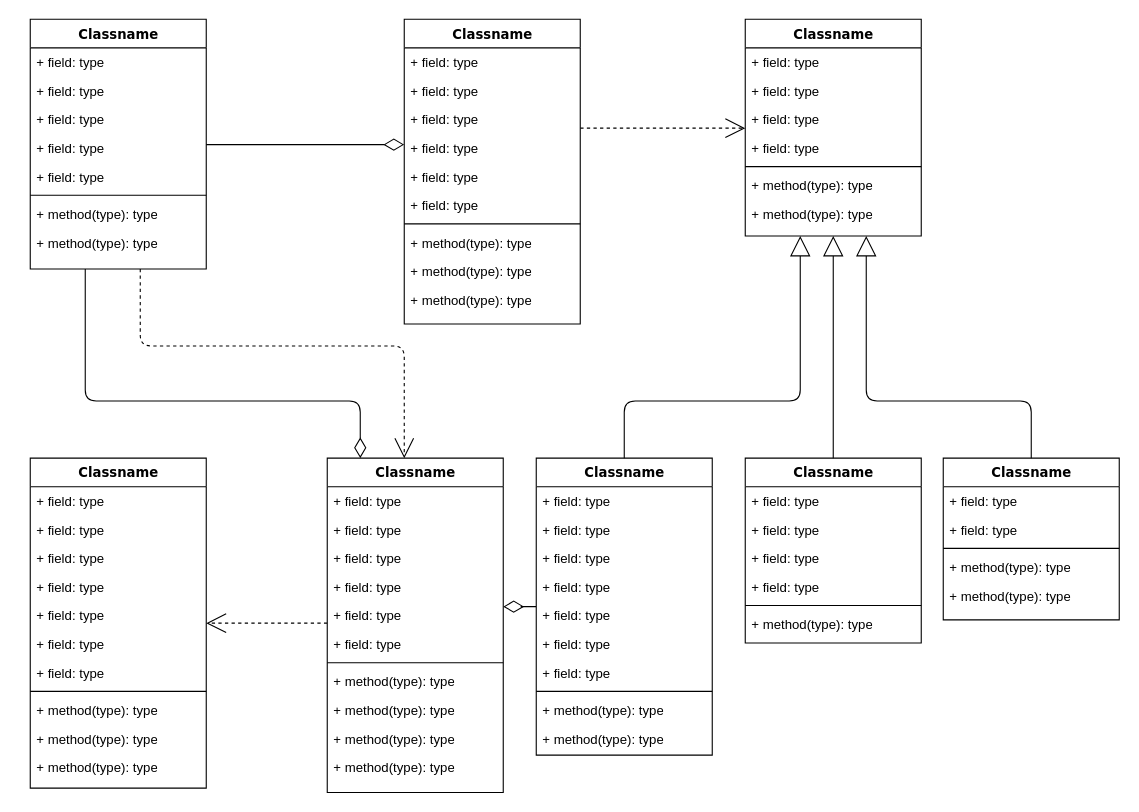
Earlier version of the draw.io diagram 职业/等级系统.drawio (ssw940521/archerBackend). Source tidied: cells renumbered, new cells numbered last; positions are measured from the earlier drawing's top-left corner, leaving out a move shared by most shapes. Both pictures are drawn from the tidied source at 110%, with x=0, y=0 at pixel (30, 19).
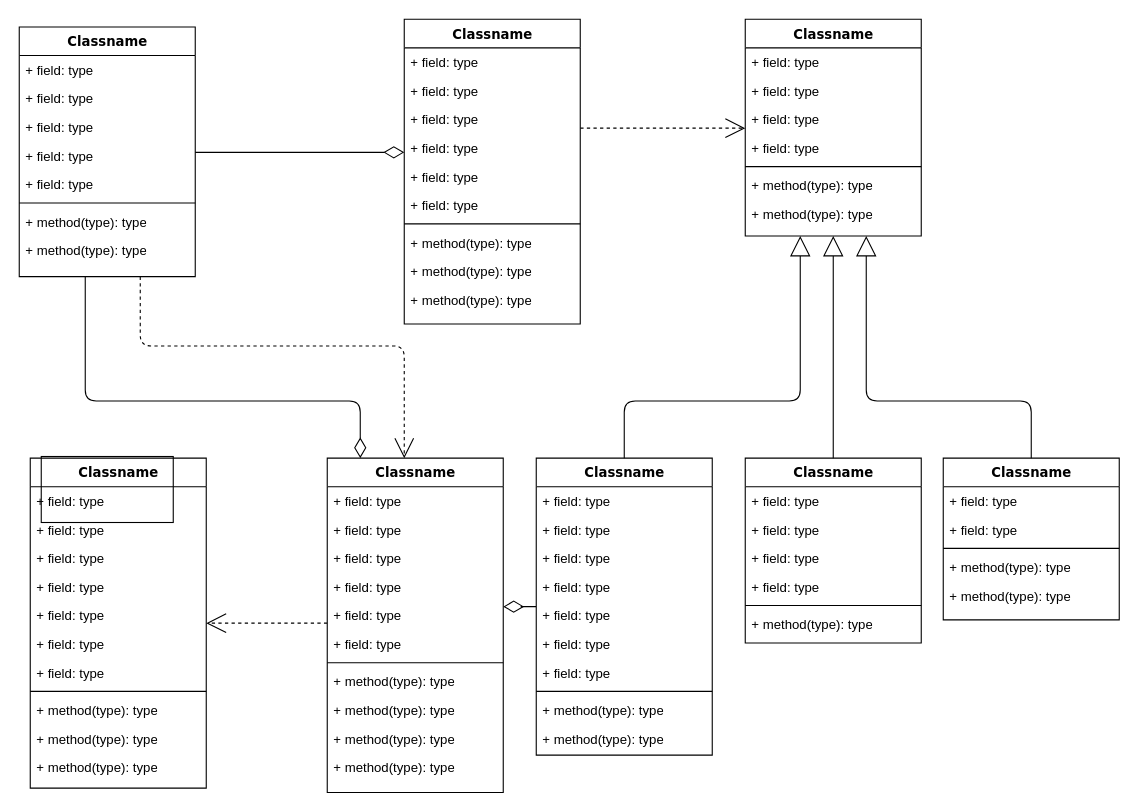
After the change.

Commit message:
更新等级系统.drawio

What changed in the source:
```diff
@@
     <mxCell id="4" value="Classname" style="swimlane;html=1;fontStyle=1;align=center;verticalAlign=top;horizontal=1;startSize=26;swimlaneFillColor=#ffffff;rounded=0;shadow=0;comic=0;labelBackgroundColor=none;strokeWidth=1;fillColor=none;fontFamily=Verdana;fontSize=12;" parent="1" vertex="1">
-      <mxGeometry width="160" height="227" as="geometry" />
+      <mxGeometry x="-10" y="7" width="160" height="227" as="geometry" />
     </mxCell>
@@
+    <mxCell id="87" style="whiteSpace=wrap;html=1;fontFamily=Verdana;verticalAlign=top;fillColor=none;fontStyle=1;startSize=26;swimlaneFillColor=#ffffff;rounded=0;shadow=0;comic=0;labelBackgroundColor=none;strokeWidth=1;" parent="1" vertex="1">
+      <mxGeometry x="10" y="397.5" width="120" height="60" as="geometry" />
+    </mxCell>
```
